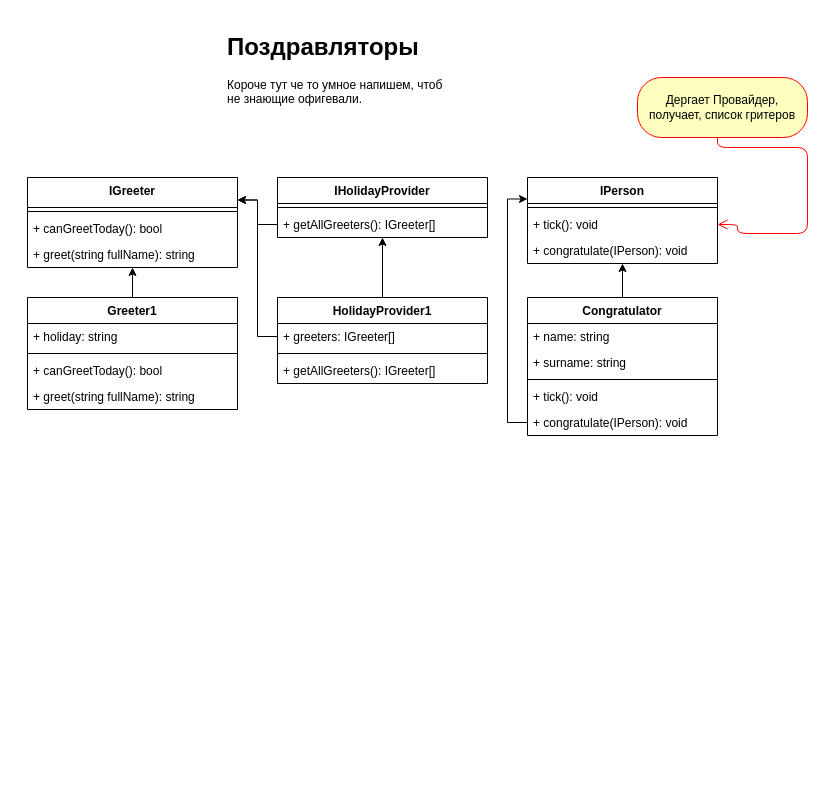
The draw.io diagram Untitled Diagram.drawio in Muhammadrasul446/SomeShitAnthonyGave, before the edit. Source tidied: cells renumbered, new cells numbered last; positions are measured from the earlier drawing's top-left corner, leaving out a move shared by most shapes. Both pictures are drawn from the tidied source at 100%, with x=0, y=0 at pixel (27, 27).
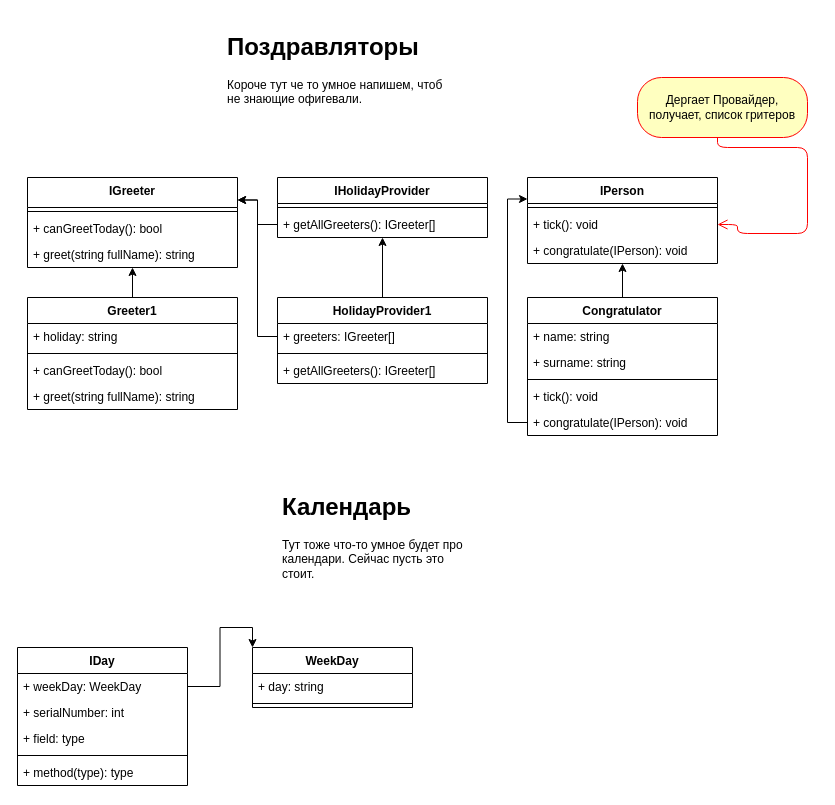
The same diagram, later.

What changed in the source:
```diff
@@
+    <mxCell id="37" value="&lt;h1&gt;Календарь&lt;/h1&gt;&lt;div&gt;Тут тоже что-то умное будет про календари. Сейчас пусть это стоит.&lt;br&gt;&lt;/div&gt;" style="text;html=1;strokeColor=none;fillColor=none;spacing=5;spacingTop=-20;whiteSpace=wrap;overflow=hidden;rounded=0;" parent="1" vertex="1">
+      <mxGeometry x="250" y="460" width="190" height="120" as="geometry" />
+    </mxCell>
+    <mxCell id="38" value="IDay" style="swimlane;fontStyle=1;align=center;verticalAlign=top;horizontal=1;startSize=26;" parent="1" vertex="1">
+      <mxGeometry x="-10" y="620" width="170" height="138" as="geometry" />
+    </mxCell>
+    <mxCell id="39" value="+ weekDay: WeekDay" style="text;strokeColor=none;fillColor=none;align=left;verticalAlign=top;spacingLeft=4;spacingRight=4;overflow=hidden;points=[[0,0.5],[1,0.5]];portConstraint=eastwest;" parent="38" vertex="1">
+      <mxGeometry y="26" width="170" height="26" as="geometry" />
+    </mxCell>
+    <mxCell id="40" value="+ serialNumber: int" style="text;strokeColor=none;fillColor=none;align=left;verticalAlign=top;spacingLeft=4;spacingRight=4;overflow=hidden;" parent="38" vertex="1">
+      <mxGeometry y="52" width="170" height="26" as="geometry" />
+    </mxCell>
+    <mxCell id="41" value="+ field: type" style="text;strokeColor=none;fillColor=none;align=left;verticalAlign=top;spacingLeft=4;spacingRight=4;overflow=hidden;" parent="38" vertex="1">
+      <mxGeometry y="78" width="170" height="26" as="geometry" />
+    </mxCell>
+    <mxCell id="42" style="line;strokeWidth=1;fillColor=none;align=left;verticalAlign=middle;spacingTop=-1;spacingLeft=3;spacingRight=3;labelPosition=right;" parent="38" vertex="1">
+      <mxGeometry y="104" width="170" height="8" as="geometry" />
+    </mxCell>
+    <mxCell id="43" value="+ method(type): type" style="text;strokeColor=none;fillColor=none;align=left;verticalAlign=top;spacingLeft=4;spacingRight=4;overflow=hidden;" parent="38" vertex="1">
+      <mxGeometry y="112" width="170" height="26" as="geometry" />
+    </mxCell>
+    <mxCell id="44" style="edgeStyle=orthogonalEdgeStyle;rounded=0;jettySize=auto;html=1;entryX=0;entryY=0;entryDx=0;entryDy=0;" parent="1" edge="1" source="39" target="45">
+      <mxGeometry relative="1" as="geometry" />
+    </mxCell>
+    <mxCell id="45" value="WeekDay" style="swimlane;fontStyle=1;align=center;verticalAlign=top;horizontal=1;startSize=26;" parent="1" vertex="1">
+      <mxGeometry x="225" y="620" width="160" height="60" as="geometry" />
+    </mxCell>
+    <mxCell id="46" value="+ day: string" style="text;strokeColor=none;fillColor=none;align=left;verticalAlign=top;spacingLeft=4;spacingRight=4;overflow=hidden;" parent="45" vertex="1">
+      <mxGeometry y="26" width="160" height="26" as="geometry" />
+    </mxCell>
+    <mxCell id="47" style="line;strokeWidth=1;fillColor=none;align=left;verticalAlign=middle;spacingTop=-1;spacingLeft=3;spacingRight=3;labelPosition=right;" parent="45" vertex="1">
+      <mxGeometry y="52" width="160" height="8" as="geometry" />
+    </mxCell>
```
